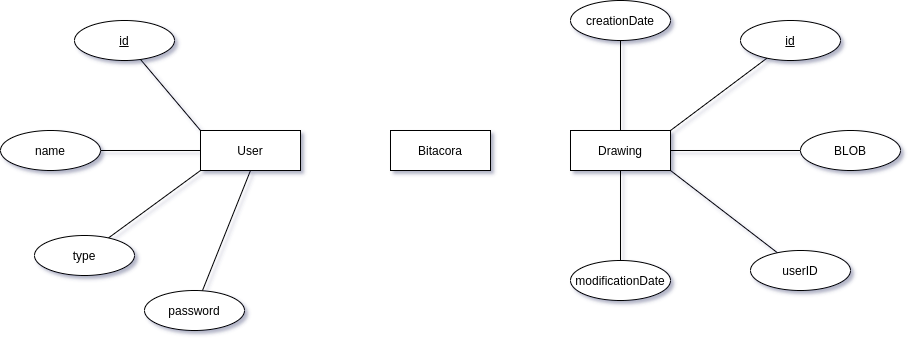
Before: DataProyectBDI.png, a diagram exported from draw.io (Enki403/ProyectoBDI). Source tidied: cells renumbered, new cells last; positions are measured from the earlier drawing's top-left corner, leaving out a move shared by most shapes. Source of this version:
```xml
<mxGraphModel>
  <root>
    <mxCell id="0" />
    <mxCell id="1" parent="0" />
    <mxCell id="2" value="User" style="whiteSpace=wrap;html=1;align=center;" parent="1" vertex="1">
      <mxGeometry x="200" y="130" width="100" height="40" as="geometry" />
    </mxCell>
    <mxCell id="3" style="edgeStyle=none;rounded=0;jettySize=auto;html=1;entryX=0;entryY=1;entryDx=0;entryDy=0;endArrow=none;endFill=0;" parent="1" edge="1" source="4" target="2">
      <mxGeometry relative="1" as="geometry" />
    </mxCell>
    <mxCell id="4" value="type" style="ellipse;whiteSpace=wrap;html=1;align=center;" parent="1" vertex="1">
      <mxGeometry x="34" y="235" width="100" height="40" as="geometry" />
    </mxCell>
    <mxCell id="5" style="rounded=0;jettySize=auto;html=1;entryX=0;entryY=0;entryDx=0;entryDy=0;endArrow=none;endFill=0;" parent="1" edge="1" source="6" target="2">
      <mxGeometry relative="1" as="geometry" />
    </mxCell>
    <mxCell id="6" value="id" style="ellipse;whiteSpace=wrap;html=1;align=center;fontStyle=4;" parent="1" vertex="1">
      <mxGeometry x="74" y="20" width="100" height="40" as="geometry" />
    </mxCell>
    <mxCell id="7" style="edgeStyle=none;rounded=0;jettySize=auto;html=1;entryX=0;entryY=0.5;entryDx=0;entryDy=0;endArrow=none;endFill=0;" parent="1" edge="1" source="8" target="2">
      <mxGeometry relative="1" as="geometry" />
    </mxCell>
    <mxCell id="8" value="name" style="ellipse;whiteSpace=wrap;html=1;align=center;" parent="1" vertex="1">
      <mxGeometry y="130" width="100" height="40" as="geometry" />
    </mxCell>
    <mxCell id="9" style="edgeStyle=none;rounded=0;jettySize=auto;html=1;exitX=1;exitY=0.5;exitDx=0;exitDy=0;endArrow=none;endFill=0;entryX=0;entryY=0.5;entryDx=0;entryDy=0;" parent="1" edge="1" source="11" target="15">
      <mxGeometry relative="1" as="geometry" />
    </mxCell>
    <mxCell id="10" style="edgeStyle=none;rounded=0;jettySize=auto;html=1;exitX=0.5;exitY=0;exitDx=0;exitDy=0;endArrow=none;endFill=0;entryX=0.5;entryY=1;entryDx=0;entryDy=0;" parent="1" edge="1" source="11" target="18">
      <mxGeometry relative="1" as="geometry" />
    </mxCell>
    <mxCell id="11" value="Drawing" style="whiteSpace=wrap;html=1;align=center;" parent="1" vertex="1">
      <mxGeometry x="570" y="130" width="100" height="40" as="geometry" />
    </mxCell>
    <mxCell id="12" value="Bitacora" style="whiteSpace=wrap;html=1;align=center;" parent="1" vertex="1">
      <mxGeometry x="390" y="130" width="100" height="40" as="geometry" />
    </mxCell>
    <mxCell id="13" style="edgeStyle=none;rounded=0;jettySize=auto;html=1;entryX=1;entryY=1;entryDx=0;entryDy=0;endArrow=none;endFill=0;" parent="1" edge="1" source="14" target="11">
      <mxGeometry relative="1" as="geometry" />
    </mxCell>
    <mxCell id="14" value="userID" style="ellipse;whiteSpace=wrap;html=1;align=center;" parent="1" vertex="1">
      <mxGeometry x="750" y="250" width="100" height="40" as="geometry" />
    </mxCell>
    <mxCell id="15" value="BLOB" style="ellipse;whiteSpace=wrap;html=1;align=center;" parent="1" vertex="1">
      <mxGeometry x="800" y="130" width="100" height="40" as="geometry" />
    </mxCell>
    <mxCell id="16" style="edgeStyle=none;rounded=0;jettySize=auto;html=1;entryX=1;entryY=0;entryDx=0;entryDy=0;endArrow=none;endFill=0;" parent="1" edge="1" source="17" target="11">
      <mxGeometry relative="1" as="geometry" />
    </mxCell>
    <mxCell id="17" value="id" style="ellipse;whiteSpace=wrap;html=1;align=center;fontStyle=4;" parent="1" vertex="1">
      <mxGeometry x="740" y="20" width="100" height="40" as="geometry" />
    </mxCell>
    <mxCell id="18" value="creationDate" style="ellipse;whiteSpace=wrap;html=1;align=center;" parent="1" vertex="1">
      <mxGeometry x="570" width="100" height="40" as="geometry" />
    </mxCell>
    <mxCell id="19" style="edgeStyle=none;rounded=0;jettySize=auto;html=1;entryX=0.5;entryY=1;entryDx=0;entryDy=0;endArrow=none;endFill=0;" parent="1" edge="1" source="20" target="2">
      <mxGeometry relative="1" as="geometry" />
    </mxCell>
    <mxCell id="20" value="password" style="ellipse;whiteSpace=wrap;html=1;align=center;" parent="1" vertex="1">
      <mxGeometry x="144" y="290" width="100" height="40" as="geometry" />
    </mxCell>
    <mxCell id="21" style="edgeStyle=none;rounded=0;jettySize=auto;html=1;entryX=0.5;entryY=1;entryDx=0;entryDy=0;endArrow=none;endFill=0;" parent="1" edge="1" source="22" target="11">
      <mxGeometry relative="1" as="geometry" />
    </mxCell>
    <mxCell id="22" value="modificationDate" style="ellipse;whiteSpace=wrap;html=1;align=center;" parent="1" vertex="1">
      <mxGeometry x="570" y="260" width="100" height="40" as="geometry" />
    </mxCell>
  </root>
</mxGraphModel>
```
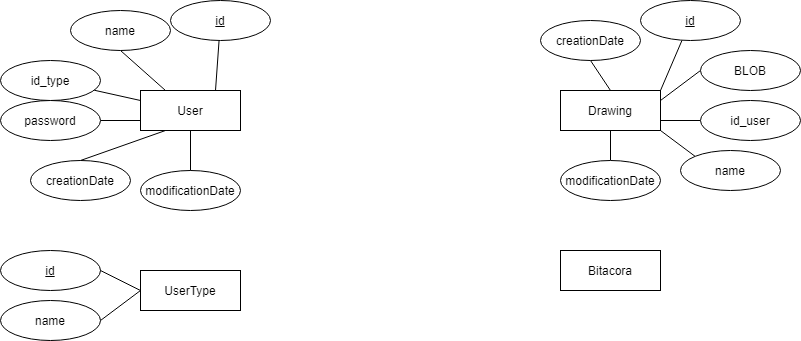
Later version of the same file.

Change to the diagram source:
```diff
@@ -3,67 +3,100 @@
     <mxCell id="0" />
     <mxCell id="1" parent="0" />
     <mxCell id="2" value="User" style="whiteSpace=wrap;html=1;align=center;" parent="1" vertex="1">
-      <mxGeometry x="200" y="130" width="100" height="40" as="geometry" />
+      <mxGeometry x="170" y="-190" width="100" height="40" as="geometry" />
     </mxCell>
-    <mxCell id="3" style="edgeStyle=none;rounded=0;jettySize=auto;html=1;entryX=0;entryY=1;entryDx=0;entryDy=0;endArrow=none;endFill=0;" parent="1" edge="1" source="4" target="2">
+    <mxCell id="3" style="edgeStyle=none;rounded=0;jettySize=auto;html=1;entryX=0;entryY=0.25;entryDx=0;entryDy=0;endArrow=none;endFill=0;" parent="1" edge="1" source="4" target="2">
       <mxGeometry relative="1" as="geometry" />
     </mxCell>
-    <mxCell id="4" value="type" style="ellipse;whiteSpace=wrap;html=1;align=center;" parent="1" vertex="1">
-      <mxGeometry x="34" y="235" width="100" height="40" as="geometry" />
+    <mxCell id="4" value="id_type" style="ellipse;whiteSpace=wrap;html=1;align=center;" parent="1" vertex="1">
+      <mxGeometry x="30" y="-220" width="100" height="40" as="geometry" />
     </mxCell>
-    <mxCell id="5" style="rounded=0;jettySize=auto;html=1;entryX=0;entryY=0;entryDx=0;entryDy=0;endArrow=none;endFill=0;" parent="1" edge="1" source="6" target="2">
+    <mxCell id="5" style="rounded=0;jettySize=auto;html=1;entryX=0.75;entryY=0;entryDx=0;entryDy=0;endArrow=none;endFill=0;" parent="1" edge="1" source="6" target="2">
       <mxGeometry relative="1" as="geometry" />
     </mxCell>
     <mxCell id="6" value="id" style="ellipse;whiteSpace=wrap;html=1;align=center;fontStyle=4;" parent="1" vertex="1">
-      <mxGeometry x="74" y="20" width="100" height="40" as="geometry" />
+      <mxGeometry x="200" y="-280" width="100" height="40" as="geometry" />
     </mxCell>
-    <mxCell id="7" style="edgeStyle=none;rounded=0;jettySize=auto;html=1;entryX=0;entryY=0.5;entryDx=0;entryDy=0;endArrow=none;endFill=0;" parent="1" edge="1" source="8" target="2">
+    <mxCell id="7" style="edgeStyle=none;rounded=0;jettySize=auto;html=1;entryX=0.25;entryY=0;entryDx=0;entryDy=0;endArrow=none;endFill=0;exitX=0.5;exitY=1;exitDx=0;exitDy=0;" parent="1" edge="1" source="8" target="2">
       <mxGeometry relative="1" as="geometry" />
     </mxCell>
     <mxCell id="8" value="name" style="ellipse;whiteSpace=wrap;html=1;align=center;" parent="1" vertex="1">
-      <mxGeometry y="130" width="100" height="40" as="geometry" />
+      <mxGeometry x="100" y="-270" width="100" height="40" as="geometry" />
     </mxCell>
-    <mxCell id="9" style="edgeStyle=none;rounded=0;jettySize=auto;html=1;exitX=1;exitY=0.5;exitDx=0;exitDy=0;endArrow=none;endFill=0;entryX=0;entryY=0.5;entryDx=0;entryDy=0;" parent="1" edge="1" source="11" target="15">
+    <mxCell id="9" style="edgeStyle=none;rounded=0;jettySize=auto;html=1;exitX=1;exitY=0.25;exitDx=0;exitDy=0;endArrow=none;endFill=0;entryX=0;entryY=0.5;entryDx=0;entryDy=0;" parent="1" edge="1" source="11" target="15">
       <mxGeometry relative="1" as="geometry" />
     </mxCell>
     <mxCell id="10" style="edgeStyle=none;rounded=0;jettySize=auto;html=1;exitX=0.5;exitY=0;exitDx=0;exitDy=0;endArrow=none;endFill=0;entryX=0.5;entryY=1;entryDx=0;entryDy=0;" parent="1" edge="1" source="11" target="18">
       <mxGeometry relative="1" as="geometry" />
     </mxCell>
     <mxCell id="11" value="Drawing" style="whiteSpace=wrap;html=1;align=center;" parent="1" vertex="1">
-      <mxGeometry x="570" y="130" width="100" height="40" as="geometry" />
+      <mxGeometry x="590" y="-190" width="100" height="40" as="geometry" />
     </mxCell>
     <mxCell id="12" value="Bitacora" style="whiteSpace=wrap;html=1;align=center;" parent="1" vertex="1">
-      <mxGeometry x="390" y="130" width="100" height="40" as="geometry" />
+      <mxGeometry x="590" y="-30" width="100" height="40" as="geometry" />
     </mxCell>
-    <mxCell id="13" style="edgeStyle=none;rounded=0;jettySize=auto;html=1;entryX=1;entryY=1;entryDx=0;entryDy=0;endArrow=none;endFill=0;" parent="1" edge="1" source="14" target="11">
+    <mxCell id="13" style="edgeStyle=none;rounded=0;jettySize=auto;html=1;entryX=1;entryY=0.75;entryDx=0;entryDy=0;endArrow=none;endFill=0;" parent="1" edge="1" source="14" target="11">
       <mxGeometry relative="1" as="geometry" />
     </mxCell>
-    <mxCell id="14" value="userID" style="ellipse;whiteSpace=wrap;html=1;align=center;" parent="1" vertex="1">
-      <mxGeometry x="750" y="250" width="100" height="40" as="geometry" />
+    <mxCell id="14" value="id_user" style="ellipse;whiteSpace=wrap;html=1;align=center;" parent="1" vertex="1">
+      <mxGeometry x="730" y="-180" width="100" height="40" as="geometry" />
     </mxCell>
     <mxCell id="15" value="BLOB" style="ellipse;whiteSpace=wrap;html=1;align=center;" parent="1" vertex="1">
-      <mxGeometry x="800" y="130" width="100" height="40" as="geometry" />
+      <mxGeometry x="730" y="-230" width="100" height="40" as="geometry" />
     </mxCell>
     <mxCell id="16" style="edgeStyle=none;rounded=0;jettySize=auto;html=1;entryX=1;entryY=0;entryDx=0;entryDy=0;endArrow=none;endFill=0;" parent="1" edge="1" source="17" target="11">
       <mxGeometry relative="1" as="geometry" />
     </mxCell>
     <mxCell id="17" value="id" style="ellipse;whiteSpace=wrap;html=1;align=center;fontStyle=4;" parent="1" vertex="1">
-      <mxGeometry x="740" y="20" width="100" height="40" as="geometry" />
+      <mxGeometry x="670" y="-280" width="100" height="40" as="geometry" />
     </mxCell>
     <mxCell id="18" value="creationDate" style="ellipse;whiteSpace=wrap;html=1;align=center;" parent="1" vertex="1">
-      <mxGeometry x="570" width="100" height="40" as="geometry" />
+      <mxGeometry x="570" y="-260" width="100" height="40" as="geometry" />
     </mxCell>
-    <mxCell id="19" style="edgeStyle=none;rounded=0;jettySize=auto;html=1;entryX=0.5;entryY=1;entryDx=0;entryDy=0;endArrow=none;endFill=0;" parent="1" edge="1" source="20" target="2">
+    <mxCell id="19" style="edgeStyle=none;rounded=0;jettySize=auto;html=1;entryX=0;entryY=0.75;entryDx=0;entryDy=0;endArrow=none;endFill=0;exitX=1;exitY=0.5;exitDx=0;exitDy=0;" parent="1" edge="1" source="20" target="2">
       <mxGeometry relative="1" as="geometry" />
     </mxCell>
     <mxCell id="20" value="password" style="ellipse;whiteSpace=wrap;html=1;align=center;" parent="1" vertex="1">
-      <mxGeometry x="144" y="290" width="100" height="40" as="geometry" />
+      <mxGeometry x="30" y="-180" width="100" height="40" as="geometry" />
     </mxCell>
     <mxCell id="21" style="edgeStyle=none;rounded=0;jettySize=auto;html=1;entryX=0.5;entryY=1;entryDx=0;entryDy=0;endArrow=none;endFill=0;" parent="1" edge="1" source="22" target="11">
       <mxGeometry relative="1" as="geometry" />
     </mxCell>
     <mxCell id="22" value="modificationDate" style="ellipse;whiteSpace=wrap;html=1;align=center;" parent="1" vertex="1">
-      <mxGeometry x="570" y="260" width="100" height="40" as="geometry" />
+      <mxGeometry x="590" y="-120" width="100" height="40" as="geometry" />
     </mxCell>
+    <mxCell id="23" value="UserType" style="whiteSpace=wrap;html=1;align=center;" parent="1" vertex="1">
+      <mxGeometry x="170" y="-10" width="100" height="40" as="geometry" />
+    </mxCell>
+    <mxCell id="24" value="id" style="ellipse;whiteSpace=wrap;html=1;align=center;fontStyle=4;" parent="1" vertex="1">
+      <mxGeometry x="30" y="-30" width="100" height="40" as="geometry" />
+    </mxCell>
+    <mxCell id="25" style="edgeStyle=none;rounded=0;jettySize=auto;html=1;entryX=0;entryY=0.5;entryDx=0;entryDy=0;endArrow=none;endFill=0;exitX=1;exitY=0.5;exitDx=0;exitDy=0;" parent="1" edge="1" source="24" target="23">
+      <mxGeometry relative="1" as="geometry" />
+    </mxCell>
+    <mxCell id="26" value="creationDate" style="ellipse;whiteSpace=wrap;html=1;align=center;" parent="1" vertex="1">
+      <mxGeometry x="60" y="-120" width="100" height="40" as="geometry" />
+    </mxCell>
+    <mxCell id="27" value="modificationDate" style="ellipse;whiteSpace=wrap;html=1;align=center;" parent="1" vertex="1">
+      <mxGeometry x="170" y="-110" width="100" height="40" as="geometry" />
+    </mxCell>
+    <mxCell id="28" style="edgeStyle=none;rounded=0;jettySize=auto;html=1;entryX=0.25;entryY=1;entryDx=0;entryDy=0;endArrow=none;endFill=0;exitX=0.5;exitY=0;exitDx=0;exitDy=0;" parent="1" edge="1" source="26" target="2">
+      <mxGeometry relative="1" as="geometry" />
+    </mxCell>
+    <mxCell id="29" style="edgeStyle=none;rounded=0;jettySize=auto;html=1;entryX=0.5;entryY=1;entryDx=0;entryDy=0;endArrow=none;endFill=0;exitX=0.5;exitY=0;exitDx=0;exitDy=0;" parent="1" edge="1" source="27" target="2">
+      <mxGeometry relative="1" as="geometry" />
+    </mxCell>
+    <mxCell id="30" style="edgeStyle=none;rounded=0;jettySize=auto;html=1;entryX=0;entryY=0.5;entryDx=0;entryDy=0;endArrow=none;endFill=0;exitX=1;exitY=0.5;exitDx=0;exitDy=0;" parent="1" edge="1" source="31" target="23">
+      <mxGeometry relative="1" as="geometry" />
+    </mxCell>
+    <mxCell id="31" value="name" style="ellipse;whiteSpace=wrap;html=1;align=center;" parent="1" vertex="1">
+      <mxGeometry x="30" y="20" width="100" height="40" as="geometry" />
+    </mxCell>
+    <mxCell id="32" style="edgeStyle=none;rounded=0;jettySize=auto;html=1;entryX=1;entryY=1;entryDx=0;entryDy=0;endArrow=none;endFill=0;exitX=0;exitY=0;exitDx=0;exitDy=0;" parent="1" edge="1" source="33" target="11">
+      <mxGeometry relative="1" as="geometry" />
+    </mxCell>
+    <mxCell id="33" value="name" style="ellipse;whiteSpace=wrap;html=1;align=center;" parent="1" vertex="1">
+      <mxGeometry x="710" y="-130" width="100" height="40" as="geometry" />
+    </mxCell>
   </root>
 </mxGraphModel>
```
